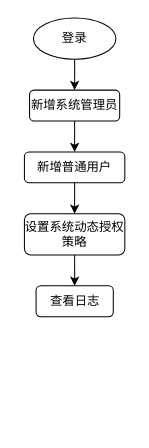
This is aqfh/零信任/5.drawio from baibaip/diagrams, a draw.io file, before an edit. Source tidied: cells renumbered, new cells numbered last; positions are measured from the earlier drawing's top-left corner, leaving out a move shared by most shapes. Both pictures are drawn from the tidied source at 103%, with x=0, y=0 at pixel (24, 18).
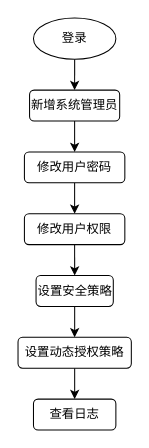
After the change.

Diff of the diagram source:
```diff
@@
 <mxGraphModel>
   <root>
     <mxCell id="0" />
     <mxCell id="1" parent="0" />
     <mxCell id="2" style="edgeStyle=orthogonalEdgeStyle;rounded=0;jettySize=auto;html=1;exitX=0.5;exitY=1;exitDx=0;exitDy=0;entryX=0.5;entryY=0;entryDx=0;entryDy=0;" parent="1" edge="1" source="3" target="5">
       <mxGeometry relative="1" as="geometry" />
     </mxCell>
     <mxCell id="3" value="登录" style="ellipse;whiteSpace=wrap;html=1;" parent="1" vertex="1">
       <mxGeometry x="9" width="80" height="40" as="geometry" />
     </mxCell>
     <mxCell id="4" style="edgeStyle=orthogonalEdgeStyle;rounded=0;jettySize=auto;html=1;exitX=0.5;exitY=1;exitDx=0;exitDy=0;entryX=0.5;entryY=0;entryDx=0;entryDy=0;" parent="1" edge="1" source="5" target="7">
       <mxGeometry relative="1" as="geometry" />
     </mxCell>
     <mxCell id="5" value="新增系统管理员" style="rounded=1;whiteSpace=wrap;html=1;" parent="1" vertex="1">
       <mxGeometry x="5.2" y="70" width="87.5" height="30" as="geometry" />
     </mxCell>
     <mxCell id="6" style="edgeStyle=orthogonalEdgeStyle;rounded=0;jettySize=auto;html=1;exitX=0.5;exitY=1;exitDx=0;exitDy=0;entryX=0.5;entryY=0;entryDx=0;entryDy=0;" parent="1" edge="1" source="7" target="9">
       <mxGeometry relative="1" as="geometry" />
     </mxCell>
-    <mxCell id="7" value="新增普通用户" style="rounded=1;whiteSpace=wrap;html=1;" parent="1" vertex="1">
+    <mxCell id="7" value="修改用户密码" style="rounded=1;whiteSpace=wrap;html=1;" parent="1" vertex="1">
       <mxGeometry x="0.2" y="130" width="97.5" height="30" as="geometry" />
     </mxCell>
     <mxCell id="8" style="edgeStyle=orthogonalEdgeStyle;rounded=0;jettySize=auto;html=1;exitX=0.5;exitY=1;exitDx=0;exitDy=0;entryX=0.5;entryY=0;entryDx=0;entryDy=0;" parent="1" edge="1" source="9" target="10">
       <mxGeometry relative="1" as="geometry" />
     </mxCell>
-    <mxCell id="9" value="设置系统动态授权策略" style="rounded=1;whiteSpace=wrap;html=1;" parent="1" vertex="1">
-      <mxGeometry x="0.2" y="190" width="97.5" height="40" as="geometry" />
+    <mxCell id="9" value="修改用户权限" style="rounded=1;whiteSpace=wrap;html=1;" parent="1" vertex="1">
+      <mxGeometry x="0.2" y="190" width="97.5" height="30" as="geometry" />
     </mxCell>
+    <mxCell id="11" style="edgeStyle=orthogonalEdgeStyle;rounded=0;jettySize=auto;html=1;exitX=0.5;exitY=1;exitDx=0;exitDy=0;" parent="1" edge="1" source="10" target="13">
+      <mxGeometry relative="1" as="geometry" />
+    </mxCell>
-    <mxCell id="10" value="查看日志" style="rounded=1;whiteSpace=wrap;html=1;" parent="1" vertex="1">
-      <mxGeometry x="11.5" y="260" width="75" height="30" as="geometry" />
+    <mxCell id="10" value="设置安全策略" style="rounded=1;whiteSpace=wrap;html=1;" parent="1" vertex="1">
+      <mxGeometry x="11.5" y="250" width="75" height="30" as="geometry" />
     </mxCell>
+    <mxCell id="12" style="edgeStyle=orthogonalEdgeStyle;rounded=0;jettySize=auto;html=1;exitX=0.5;exitY=1;exitDx=0;exitDy=0;" parent="1" edge="1" source="13" target="14">
+      <mxGeometry relative="1" as="geometry" />
+    </mxCell>
+    <mxCell id="13" value="设置动态授权策略" style="rounded=1;whiteSpace=wrap;html=1;" parent="1" vertex="1">
+      <mxGeometry x="-6" y="310" width="110" height="30" as="geometry" />
+    </mxCell>
+    <mxCell id="14" value="查看日志" style="rounded=1;whiteSpace=wrap;html=1;" parent="1" vertex="1">
+      <mxGeometry x="9" y="370" width="80" height="30" as="geometry" />
+    </mxCell>
   </root>
 </mxGraphModel>
```
